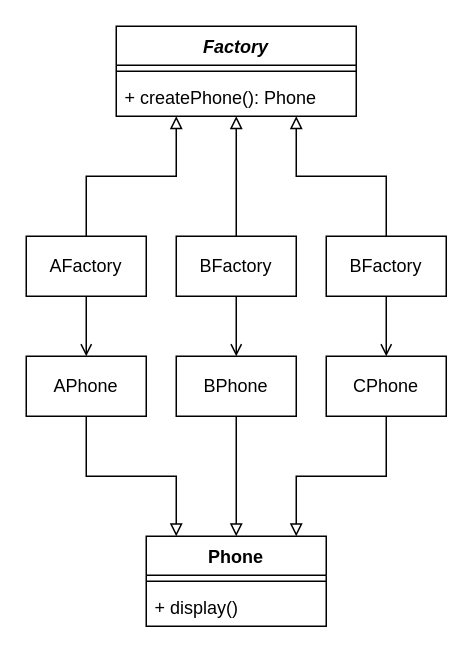
This is DesignPattern/Factory_DP.drawio from yayaer123/drawio_demo, a draw.io file, before an edit. Source tidied: cells renumbered, new cells numbered last; positions are measured from the earlier drawing's top-left corner, leaving out a move shared by most shapes. Both pictures are drawn from the tidied source at 150%, with x=0, y=0 at pixel (26, 26).
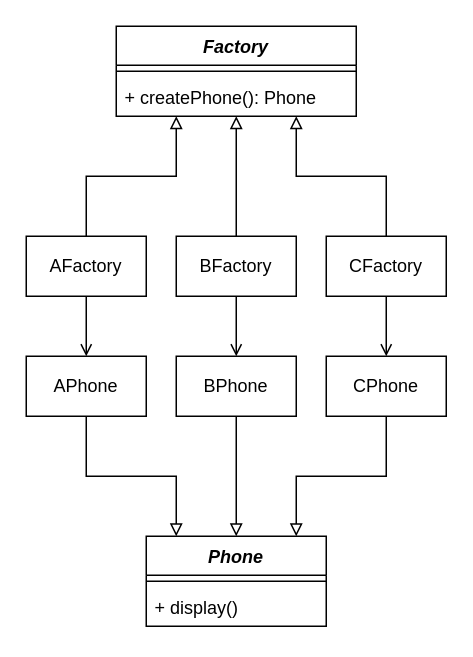
After the change.

Diff of the diagram source:
```diff
@@
-    <mxCell id="5" value="&lt;div&gt;&lt;span style=&quot;background-color: initial;&quot;&gt;Phone&lt;/span&gt;&lt;/div&gt;" style="swimlane;fontStyle=1;align=center;verticalAlign=top;horizontal=1;startSize=26;whiteSpace=wrap;html=1;" parent="1" vertex="1">
+    <mxCell id="5" value="&lt;div&gt;&lt;span style=&quot;background-color: initial;&quot;&gt;&lt;i&gt;Phone&lt;/i&gt;&lt;/span&gt;&lt;/div&gt;" style="swimlane;fontStyle=1;align=center;verticalAlign=top;horizontal=1;startSize=26;whiteSpace=wrap;html=1;" parent="1" vertex="1">
       <mxGeometry x="80" y="340" width="120" height="60" as="geometry" />
     </mxCell>
@@
-    <mxCell id="19" value="BFactory" style="html=1;whiteSpace=wrap;" parent="1" vertex="1">
+    <mxCell id="19" value="CFactory" style="html=1;whiteSpace=wrap;" parent="1" vertex="1">
       <mxGeometry x="200" y="140" width="80" height="40" as="geometry" />
     </mxCell>
```
